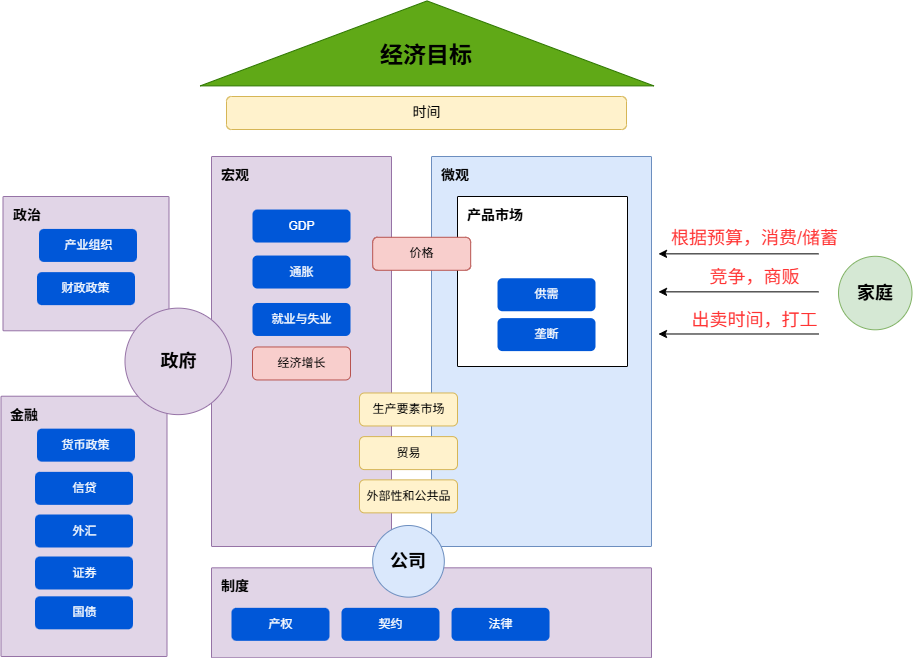
codefossil/livingbook keeps this draw.io diagram as image/economy.drawio.png. Above is the earlier version. Source tidied: cells renumbered, new cells last; positions are measured from the earlier drawing's top-left corner, leaving out a move shared by most shapes.
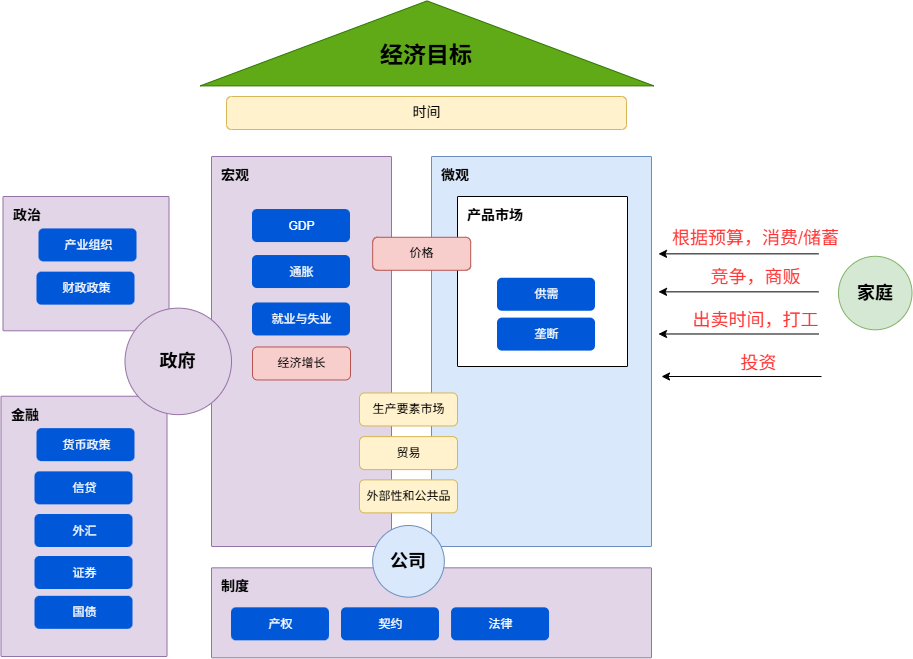
Above is the later version.

The edit, as a diff of the source:
```diff
@@ -131,5 +131,16 @@
     <mxCell id="39" value="国债" style="rounded=1;fillColor=#0057D8;strokeColor=none;html=1;fontColor=#ffffff;align=center;verticalAlign=middle;fontStyle=0;fontSize=12;sketch=0;shadow=0;" parent="1" vertex="1">
       <mxGeometry x="33.5" y="779.8" width="98" height="33" as="geometry" />
     </mxCell>
+    <mxCell id="40" style="endArrow=classic;html=1;" parent="1" edge="1">
+      <mxGeometry relative="1" as="geometry">
+        <mxPoint x="820" y="560" as="sourcePoint" />
+        <mxPoint x="660" y="560" as="targetPoint" />
+      </mxGeometry>
+    </mxCell>
+    <mxCell id="41" value="&lt;font color=&quot;#ff3333&quot;&gt;&lt;span style=&quot;font-size: 18px;&quot;&gt;投资&lt;/span&gt;&lt;/font&gt;" style="edgeLabel;html=1;align=center;verticalAlign=middle;" parent="40" vertex="1">
+      <mxGeometry x="-0.2" y="-4" relative="1" as="geometry">
+        <mxPoint y="-10" as="offset" />
+      </mxGeometry>
+    </mxCell>
   </root>
 </mxGraphModel>
```
